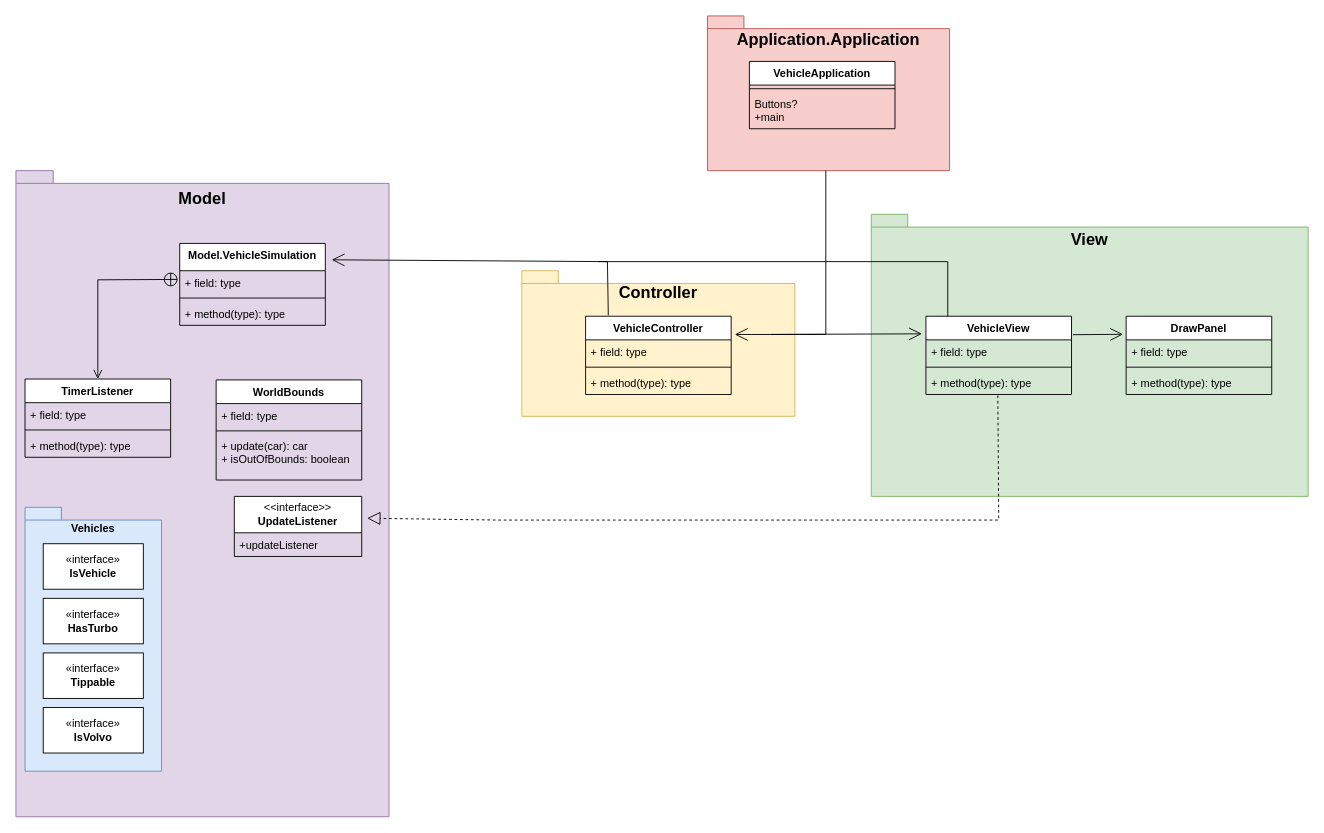
Before: page "Sida-2" (2 of 2) of lab4/Lab4UML.drawio in sophucking/Grupp16Labb3, a draw.io diagram. Source tidied: cells renumbered, new cells numbered last; positions are measured from the earlier drawing's top-left corner, leaving out a move shared by most shapes. Both pictures are drawn from the tidied source at 91%, with x=0, y=0 at pixel (15, 15).
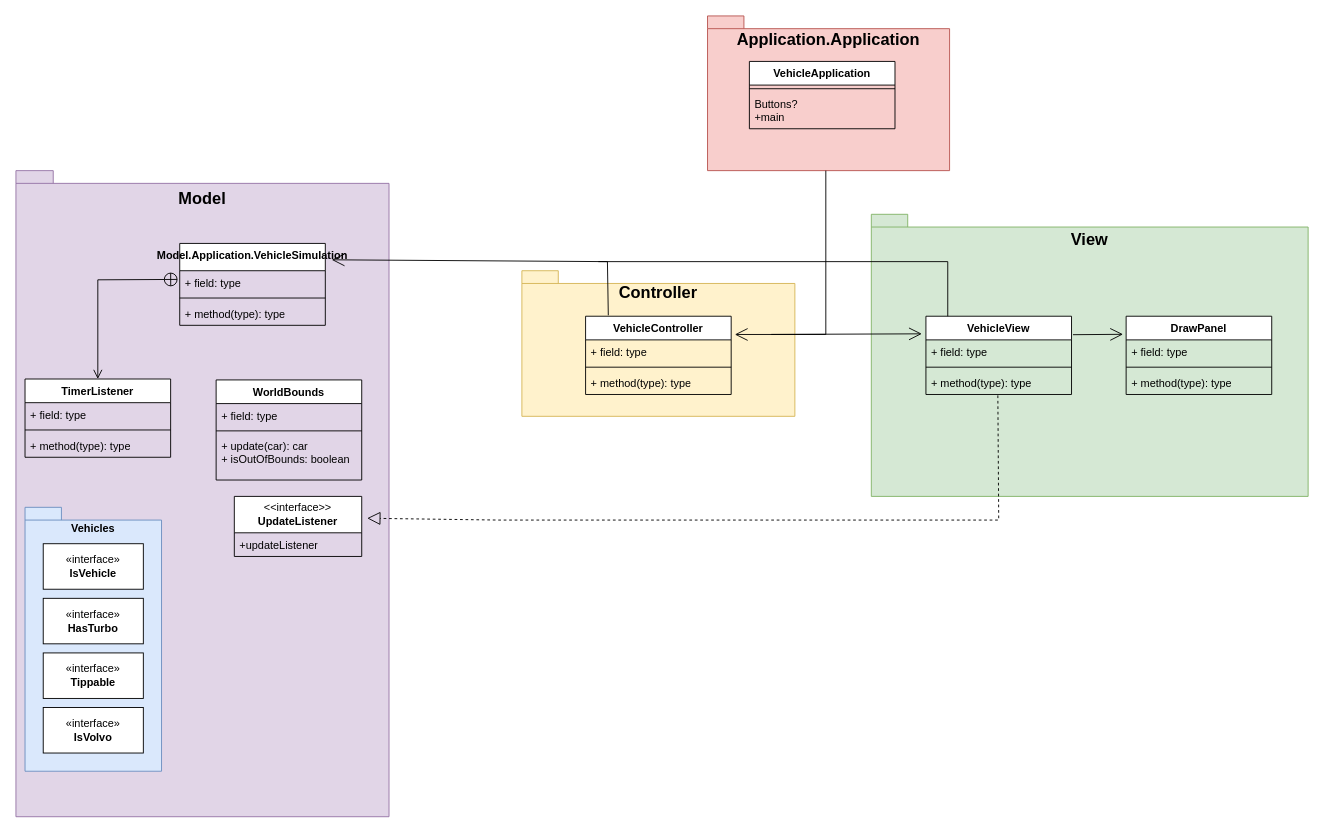
The same page after the edit.

Commit message (it also covers changes not shown here):
move all default package items into a dedicated application apckage

Diff of the diagram source:
```diff
@@
-    <mxCell id="7" value="Model.VehicleSimulation" style="swimlane;fontStyle=1;align=center;verticalAlign=top;horizontal=1;startSize=30;whiteSpace=wrap;html=1;" parent="1" vertex="1">
+    <mxCell id="7" value="Model.Application.VehicleSimulation" style="swimlane;fontStyle=1;align=center;verticalAlign=top;horizontal=1;startSize=30;whiteSpace=wrap;html=1;" parent="1" vertex="1">
       <mxGeometry x="180" y="250" width="160" height="90" as="geometry" />
     </mxCell>
```
